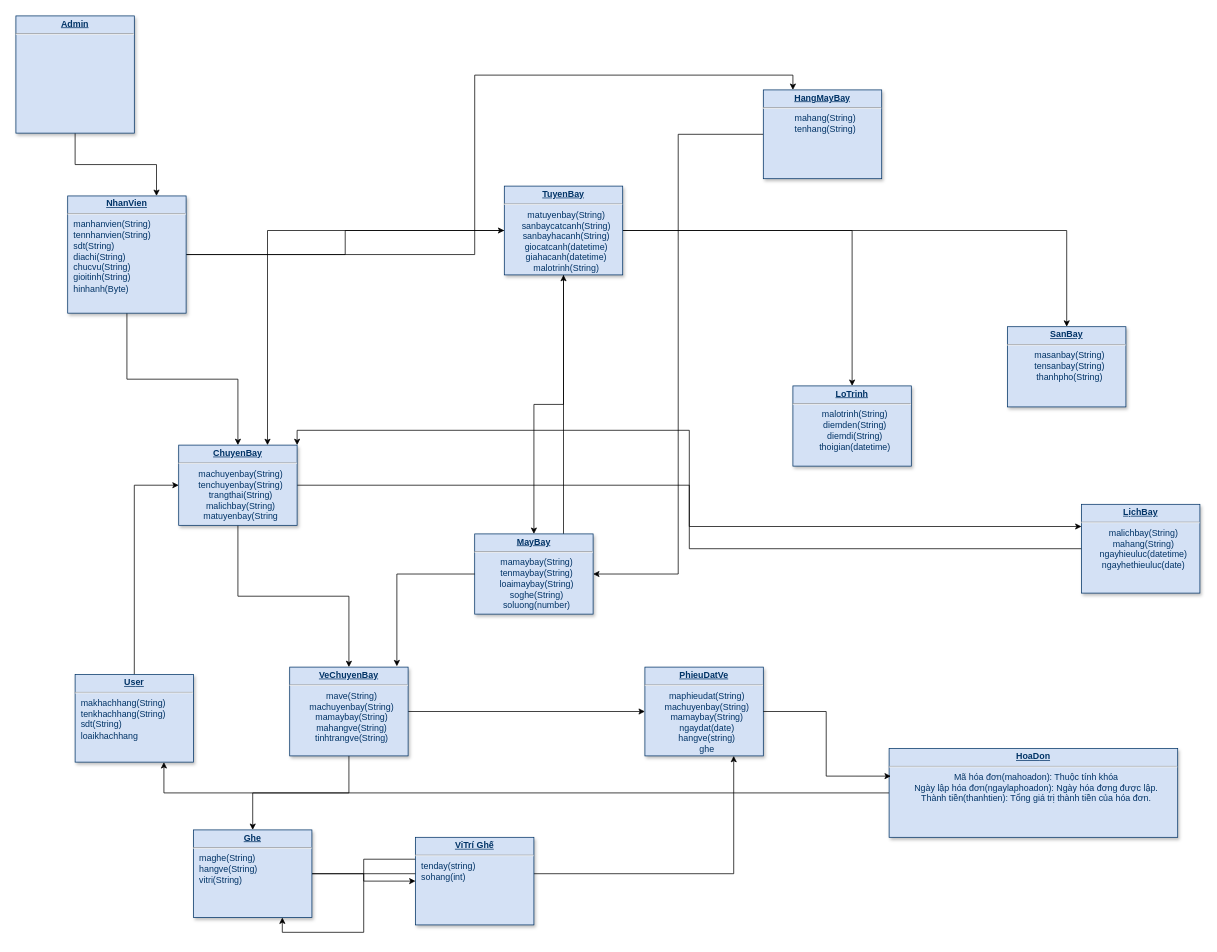
This is page "Page-1" (1 of 2) of Biểu đồ không có tiêu đề.drawio from DungZG/TrackingFlight, a draw.io file, before an edit. Source tidied: cells renumbered, new cells numbered last; positions are measured from the earlier drawing's top-left corner, leaving out a move shared by most shapes. Both pictures are drawn from the tidied source at 74%, with x=0, y=0 at pixel (16, 16).
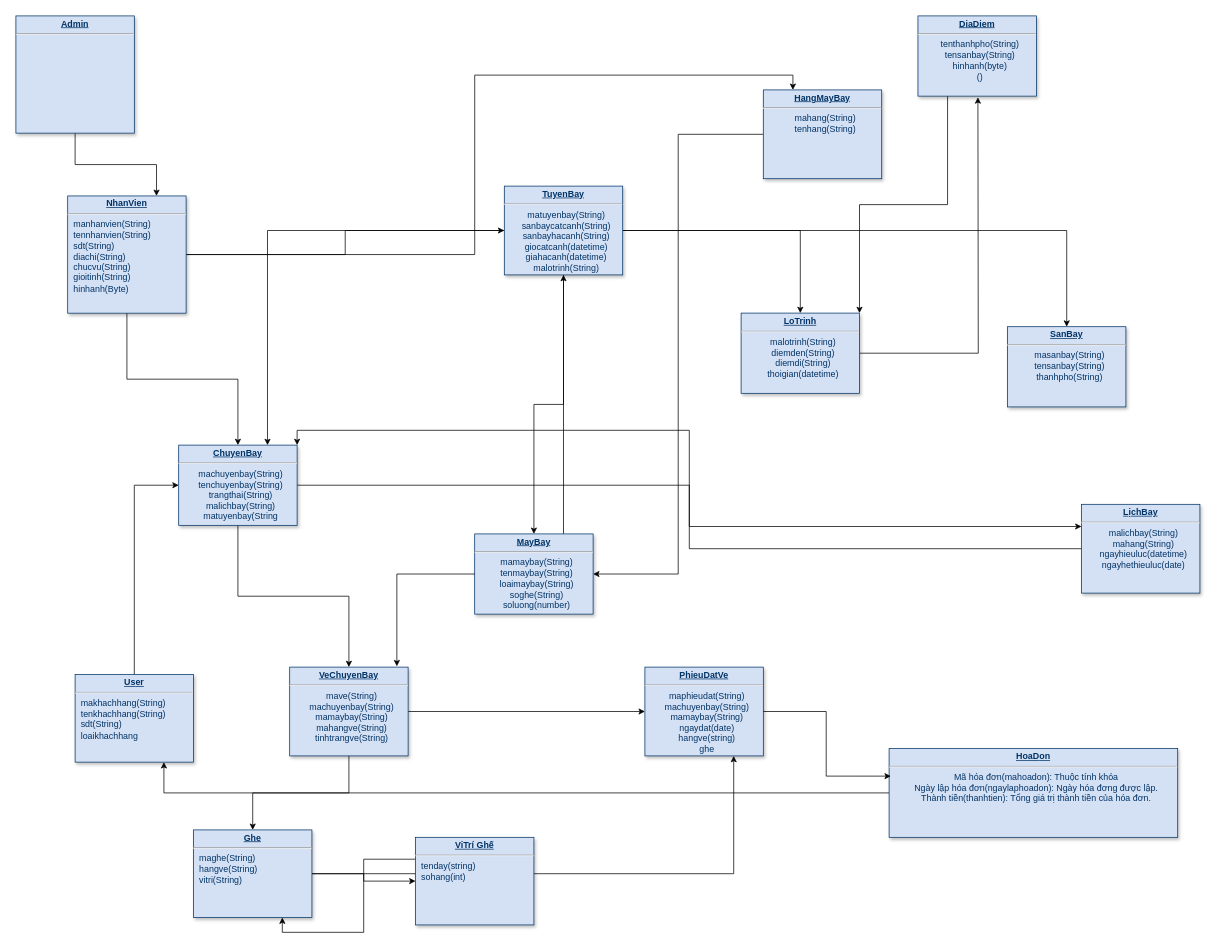
The same page after the edit.

Commit message:
Cập nhật Biểu đồ không có tiêu đề.drawio

What changed in the source:
```diff
@@
+    <mxCell id="39" style="edgeStyle=orthogonalEdgeStyle;rounded=0;jettySize=auto;html=1;" parent="1" edge="1" source="11">
+      <mxGeometry relative="1" as="geometry">
+        <mxPoint x="1300" y="110" as="targetPoint" />
+      </mxGeometry>
+    </mxCell>
     <mxCell id="11" value="&lt;p style=&quot;margin: 4px 0px 0px; text-align: center;&quot;&gt;&lt;b&gt;&lt;u&gt;LoTrinh&lt;/u&gt;&lt;/b&gt;&lt;/p&gt;&lt;hr&gt;&lt;p style=&quot;text-align: center; margin: 0px 0px 0px 8px;&quot;&gt;malotrinh(String)&lt;/p&gt;&lt;p style=&quot;text-align: center; margin: 0px 0px 0px 8px;&quot;&gt;diemden(String)&lt;/p&gt;&lt;p style=&quot;text-align: center; margin: 0px 0px 0px 8px;&quot;&gt;diemdi(String)&lt;/p&gt;&lt;p style=&quot;text-align: center; margin: 0px 0px 0px 8px;&quot;&gt;thoigian(datetime)&lt;/p&gt;" style="verticalAlign=top;align=left;overflow=fill;fontSize=12;fontFamily=Helvetica;html=1;strokeColor=#003366;shadow=1;fillColor=#D4E1F5;fontColor=#003366;" parent="1" vertex="1">
-      <mxGeometry x="1050" y="500" width="160" height="108.4" as="geometry" />
+      <mxGeometry x="980" y="401.6" width="160" height="108.4" as="geometry" />
     </mxCell>
@@
+    <mxCell id="40" style="edgeStyle=orthogonalEdgeStyle;rounded=0;jettySize=auto;html=1;exitX=0.25;exitY=1;exitDx=0;exitDy=0;entryX=1;entryY=0;entryDx=0;entryDy=0;" parent="1" edge="1" source="41" target="11">
+      <mxGeometry relative="1" as="geometry" />
+    </mxCell>
+    <mxCell id="41" value="&lt;p style=&quot;text-align: center; margin: 4px 0px 0px;&quot;&gt;&lt;b&gt;&lt;u&gt;DiaDiem&lt;/u&gt;&lt;/b&gt;&lt;/p&gt;&lt;hr&gt;&lt;p style=&quot;text-align: center; margin: 0px 0px 0px 8px;&quot;&gt;tenthanhpho(String)&lt;/p&gt;&lt;p style=&quot;text-align: center; margin: 0px 0px 0px 8px;&quot;&gt;tensanbay(String)&lt;/p&gt;&lt;p style=&quot;text-align: center; margin: 0px 0px 0px 8px;&quot;&gt;hinhanh(byte)&lt;/p&gt;&lt;p style=&quot;text-align: center; margin: 0px 0px 0px 8px;&quot;&gt;()&lt;/p&gt;" style="verticalAlign=top;align=left;overflow=fill;fontSize=12;fontFamily=Helvetica;html=1;strokeColor=#003366;shadow=1;fillColor=#D4E1F5;fontColor=#003366;" parent="1" vertex="1">
+      <mxGeometry x="1219" width="160" height="108.4" as="geometry" />
+    </mxCell>
```
